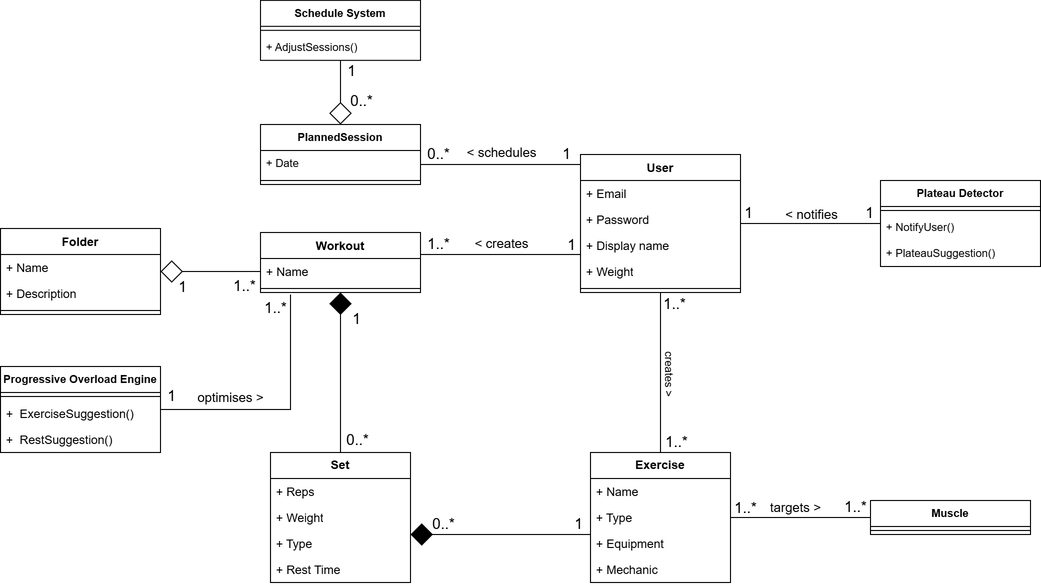
The draw.io diagram docs/images/DomainModel.png in COS301-SE-2026/OptiLifts, before a commit. Source tidied: cells renumbered, new cells last; positions are measured from the earlier drawing's top-left corner, leaving out a move shared by most shapes.
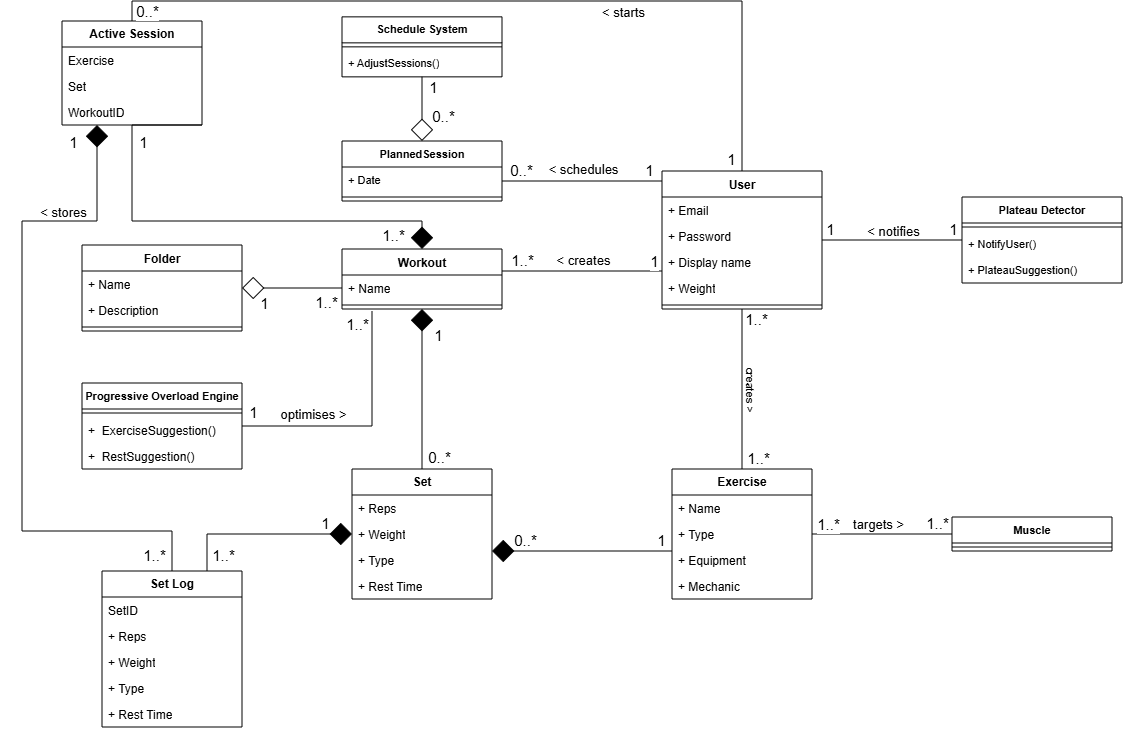
After the change.

Commit message:
feature: domain model

Change to the diagram source:
```diff
@@ -150,6 +150,13 @@
         <mxPoint x="26" y="-13" as="offset" />
       </mxGeometry>
     </mxCell>
+    <mxCell id="77" style="edgeStyle=orthogonalEdgeStyle;rounded=0;jettySize=auto;html=1;exitX=0;exitY=0.5;exitDx=0;exitDy=0;entryX=0.75;entryY=0;entryDx=0;entryDy=0;endArrow=none;endFill=0;startArrow=diamond;startFill=1;startSize=20;" parent="1" edge="1" source="38" target="85">
+      <mxGeometry relative="1" as="geometry">
+        <Array as="points">
+          <mxPoint x="125" y="517" />
+        </Array>
+      </mxGeometry>
+    </mxCell>
     <mxCell id="38" value="&lt;b&gt;Set&lt;/b&gt;" style="swimlane;fontStyle=0;horizontal=1;startSize=26;fillColor=none;whiteSpace=wrap;html=1;" parent="1" vertex="1">
       <mxGeometry x="270" y="452" width="140" height="130" as="geometry" />
     </mxCell>
@@ -295,5 +302,91 @@
     <mxCell id="76" style="line;strokeWidth=1;fillColor=none;align=left;verticalAlign=middle;spacingTop=-1;spacingLeft=3;spacingRight=3;labelPosition=right;strokeColor=inherit;fontFamily=Helvetica;fontSize=11;fontColor=default;labelBackgroundColor=default;" parent="75" vertex="1">
       <mxGeometry y="26" width="160" height="8" as="geometry" />
     </mxCell>
+    <mxCell id="78" style="edgeStyle=orthogonalEdgeStyle;rounded=0;jettySize=auto;html=1;exitX=1;exitY=1;exitDx=0;exitDy=0;entryX=0.5;entryY=0;entryDx=0;entryDy=0;endArrow=diamond;endFill=1;strokeWidth=1;startSize=6;endSize=20;" parent="1" edge="1" source="81" target="6">
+      <mxGeometry relative="1" as="geometry">
+        <Array as="points">
+          <mxPoint x="50" y="108" />
+          <mxPoint x="50" y="204" />
+          <mxPoint x="340" y="204" />
+        </Array>
+      </mxGeometry>
+    </mxCell>
+    <mxCell id="79" style="edgeStyle=orthogonalEdgeStyle;rounded=0;jettySize=auto;html=1;exitX=0.25;exitY=1;exitDx=0;exitDy=0;entryX=0.5;entryY=0;entryDx=0;entryDy=0;startArrow=diamond;startFill=1;startSize=20;endArrow=none;endFill=0;" parent="1" edge="1" source="81" target="85">
+      <mxGeometry relative="1" as="geometry">
+        <Array as="points">
+          <mxPoint x="15" y="204" />
+          <mxPoint x="-60" y="204" />
+          <mxPoint x="-60" y="514" />
+          <mxPoint x="90" y="514" />
+        </Array>
+      </mxGeometry>
+    </mxCell>
+    <mxCell id="80" style="edgeStyle=orthogonalEdgeStyle;rounded=0;jettySize=auto;html=1;exitX=0.5;exitY=0;exitDx=0;exitDy=0;entryX=0.5;entryY=0;entryDx=0;entryDy=0;endArrow=none;endFill=0;" parent="1" edge="1" source="81" target="21">
+      <mxGeometry relative="1" as="geometry" />
+    </mxCell>
+    <mxCell id="81" value="&lt;b&gt;Active Session&lt;/b&gt;" style="swimlane;fontStyle=0;horizontal=1;startSize=26;fillColor=none;whiteSpace=wrap;html=1;" parent="1" vertex="1">
+      <mxGeometry x="-20" y="4" width="140" height="104" as="geometry" />
+    </mxCell>
+    <mxCell id="82" value="Exercise" style="text;strokeColor=none;fillColor=none;align=left;verticalAlign=top;spacingLeft=4;spacingRight=4;overflow=hidden;whiteSpace=wrap;html=1;" parent="81" vertex="1">
+      <mxGeometry y="26" width="140" height="26" as="geometry" />
+    </mxCell>
+    <mxCell id="83" value="Set" style="text;strokeColor=none;fillColor=none;align=left;verticalAlign=top;spacingLeft=4;spacingRight=4;overflow=hidden;whiteSpace=wrap;html=1;" parent="81" vertex="1">
+      <mxGeometry y="52" width="140" height="26" as="geometry" />
+    </mxCell>
+    <mxCell id="84" value="WorkoutID" style="text;strokeColor=none;fillColor=none;align=left;verticalAlign=top;spacingLeft=4;spacingRight=4;overflow=hidden;whiteSpace=wrap;html=1;" parent="81" vertex="1">
+      <mxGeometry y="78" width="140" height="26" as="geometry" />
+    </mxCell>
+    <mxCell id="85" value="&lt;b&gt;Set Log&lt;/b&gt;" style="swimlane;fontStyle=0;horizontal=1;startSize=26;fillColor=none;whiteSpace=wrap;html=1;" parent="1" vertex="1">
+      <mxGeometry x="20" y="554" width="140" height="156" as="geometry" />
+    </mxCell>
+    <mxCell id="86" value="SetID" style="text;strokeColor=none;fillColor=none;align=left;verticalAlign=top;spacingLeft=4;spacingRight=4;overflow=hidden;whiteSpace=wrap;html=1;" parent="85" vertex="1">
+      <mxGeometry y="26" width="140" height="26" as="geometry" />
+    </mxCell>
+    <mxCell id="87" value="+ Reps" style="text;strokeColor=none;fillColor=none;align=left;verticalAlign=top;spacingLeft=4;spacingRight=4;overflow=hidden;whiteSpace=wrap;html=1;" parent="85" vertex="1">
+      <mxGeometry y="52" width="140" height="26" as="geometry" />
+    </mxCell>
+    <mxCell id="88" value="+ Weight" style="text;strokeColor=none;fillColor=none;align=left;verticalAlign=top;spacingLeft=4;spacingRight=4;overflow=hidden;whiteSpace=wrap;html=1;" parent="85" vertex="1">
+      <mxGeometry y="78" width="140" height="26" as="geometry" />
+    </mxCell>
+    <mxCell id="89" value="+ Type" style="text;strokeColor=none;fillColor=none;align=left;verticalAlign=top;spacingLeft=4;spacingRight=4;overflow=hidden;whiteSpace=wrap;html=1;" parent="85" vertex="1">
+      <mxGeometry y="104" width="140" height="26" as="geometry" />
+    </mxCell>
+    <mxCell id="90" value="+ Rest Time" style="text;strokeColor=none;fillColor=none;align=left;verticalAlign=top;spacingLeft=4;spacingRight=4;overflow=hidden;whiteSpace=wrap;html=1;" parent="85" vertex="1">
+      <mxGeometry y="130" width="140" height="26" as="geometry" />
+    </mxCell>
+    <mxCell id="91" value="&amp;lt; stores" style="edgeLabel;html=1;align=center;verticalAlign=middle;fontFamily=Helvetica;fontSize=13;fontColor=default;labelBackgroundColor=default;rotation=0;" parent="1" vertex="1">
+      <mxGeometry x="-20" y="194" as="geometry" />
+    </mxCell>
+    <mxCell id="92" value="1" style="edgeLabel;html=1;align=center;verticalAlign=middle;fontFamily=Helvetica;fontSize=15;fontColor=default;labelBackgroundColor=default;" parent="1" vertex="1">
+      <mxGeometry x="-10" y="124" as="geometry" />
+    </mxCell>
+    <mxCell id="93" value="1..*" style="edgeLabel;html=1;align=center;verticalAlign=middle;fontFamily=Helvetica;fontSize=15;fontColor=default;labelBackgroundColor=default;" parent="1" vertex="1">
+      <mxGeometry x="70" y="524" as="geometry">
+        <mxPoint x="1" y="13" as="offset" />
+      </mxGeometry>
+    </mxCell>
+    <mxCell id="94" value="1" style="edgeLabel;html=1;align=center;verticalAlign=middle;fontFamily=Helvetica;fontSize=15;fontColor=default;labelBackgroundColor=default;" parent="1" vertex="1">
+      <mxGeometry x="60" y="124" as="geometry" />
+    </mxCell>
+    <mxCell id="95" value="1..*" style="edgeLabel;html=1;align=center;verticalAlign=middle;fontFamily=Helvetica;fontSize=15;fontColor=default;labelBackgroundColor=default;" parent="1" vertex="1">
+      <mxGeometry x="316" y="194" as="geometry">
+        <mxPoint x="-6" y="23" as="offset" />
+      </mxGeometry>
+    </mxCell>
+    <mxCell id="96" value="1" style="edgeLabel;html=1;align=center;verticalAlign=middle;fontFamily=Helvetica;fontSize=15;fontColor=default;labelBackgroundColor=default;" parent="1" vertex="1">
+      <mxGeometry x="242" y="505" as="geometry" />
+    </mxCell>
+    <mxCell id="97" value="1..*" style="edgeLabel;html=1;align=center;verticalAlign=middle;fontFamily=Helvetica;fontSize=15;fontColor=default;labelBackgroundColor=default;" parent="1" vertex="1">
+      <mxGeometry x="140" y="537" as="geometry" />
+    </mxCell>
+    <mxCell id="98" value="&amp;lt; starts" style="edgeLabel;html=1;align=center;verticalAlign=middle;fontFamily=Helvetica;fontSize=13;fontColor=default;labelBackgroundColor=default;" parent="1" vertex="1">
+      <mxGeometry x="540" y="-6" as="geometry" />
+    </mxCell>
+    <mxCell id="99" value="1" style="edgeLabel;html=1;align=center;verticalAlign=middle;fontFamily=Helvetica;fontSize=15;fontColor=default;labelBackgroundColor=default;" parent="1" vertex="1">
+      <mxGeometry x="648" y="141" as="geometry" />
+    </mxCell>
+    <mxCell id="100" value="0..*" style="edgeLabel;html=1;align=center;verticalAlign=middle;fontFamily=Helvetica;fontSize=15;fontColor=default;labelBackgroundColor=default;" parent="1" vertex="1">
+      <mxGeometry x="64" y="-7" as="geometry" />
+    </mxCell>
   </root>
 </mxGraphModel>
```
